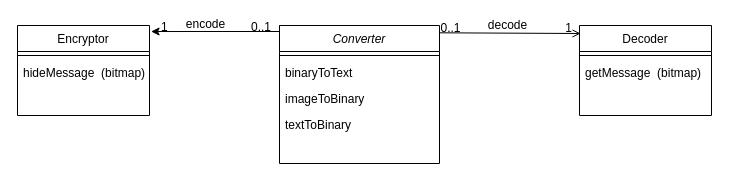
NataliaPerez08/Proyecto_Estenografia keeps this draw.io diagram as docs/diagramaClases.drawio. Above is the earlier version. Source tidied: cells renumbered, new cells numbered last; positions are measured from the earlier drawing's top-left corner, leaving out a move shared by most shapes. Both pictures are drawn from the tidied source at 100%, with x=0, y=0 at pixel (17, 25).
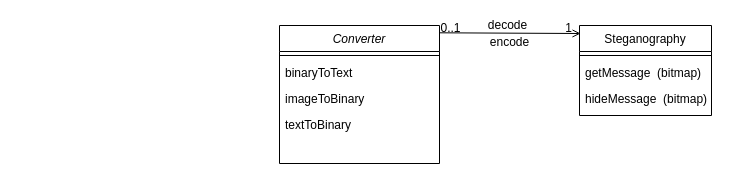
After the change.

Unchanged cells that the change refers to:
```xml
<mxCell id="3" value="Converter" style="swimlane;fontStyle=2;align=center;verticalAlign=top;horizontal=1;startSize=26;rounded=0;shadow=0;strokeWidth=1;" parent="1" vertex="1">
  <mxGeometry x="262" width="160" height="138" as="geometry" />
</mxCell>
```

Diff of the diagram source:
```diff
@@
-    <mxCell id="2" style="edgeStyle=orthogonalEdgeStyle;rounded=0;jettySize=auto;html=1;exitX=0;exitY=0;exitDx=0;exitDy=0;entryX=1.012;entryY=0.067;entryDx=0;entryDy=0;entryPerimeter=0;" parent="1" edge="1" source="3" target="15">
-      <mxGeometry relative="1" as="geometry">
-        <Array as="points">
-          <mxPoint x="262" y="6" />
-        </Array>
-      </mxGeometry>
-    </mxCell>
@@
-    <mxCell id="8" value="Decoder" style="swimlane;fontStyle=0;align=center;verticalAlign=top;horizontal=1;startSize=26;rounded=0;shadow=0;strokeWidth=1;" parent="1" vertex="1">
+    <mxCell id="8" value="Steganography" style="swimlane;fontStyle=0;align=center;verticalAlign=top;horizontal=1;startSize=26;rounded=0;shadow=0;strokeWidth=1;" parent="1" vertex="1">
       <mxGeometry x="562" width="132" height="90" as="geometry" />
     </mxCell>
@@
+    <mxCell id="17" value="hideMessage  (bitmap)" style="text;align=left;verticalAlign=top;spacingLeft=4;spacingRight=4;overflow=hidden;" parent="8" vertex="1">
+      <mxGeometry y="60" width="132" height="26" as="geometry" />
+    </mxCell>
@@
-    <mxCell id="15" value="Encryptor" style="swimlane;fontStyle=0;align=center;verticalAlign=top;horizontal=1;startSize=26;rounded=0;shadow=0;strokeWidth=1;" parent="1" vertex="1">
-      <mxGeometry width="132" height="90" as="geometry" />
-    </mxCell>
-    <mxCell id="16" style="line;html=1;strokeWidth=1;align=left;verticalAlign=middle;spacingTop=-1;spacingLeft=3;spacingRight=3;labelPosition=right;" parent="15" vertex="1">
-      <mxGeometry y="26" width="132" height="8" as="geometry" />
-    </mxCell>
-    <mxCell id="17" value="hideMessage  (bitmap)" style="text;align=left;verticalAlign=top;spacingLeft=4;spacingRight=4;overflow=hidden;" parent="15" vertex="1">
-      <mxGeometry y="34" width="132" height="26" as="geometry" />
-    </mxCell>
-    <mxCell id="18" value="0..1" style="align=left;verticalAlign=bottom;labelBackgroundColor=none;fontSize=12;" parent="1" vertex="1">
-      <mxGeometry x="232" y="10" as="geometry" />
-    </mxCell>
     <mxCell id="19" value="encode" style="text;html=1;align=center;verticalAlign=middle;labelBackgroundColor=none;rounded=0;shadow=0;strokeWidth=1;fontSize=12;" parent="1" vertex="1">
-      <mxGeometry x="184" as="geometry">
-        <mxPoint x="3" y="-2" as="offset" />
+      <mxGeometry x="480" y="59" as="geometry">
+        <mxPoint x="11" y="-43" as="offset" />
       </mxGeometry>
     </mxCell>
-    <mxCell id="20" value="1" style="align=left;verticalAlign=bottom;labelBackgroundColor=none;fontSize=12;" parent="1" vertex="1">
-      <mxGeometry x="142" y="10" as="geometry" />
-    </mxCell>
```
